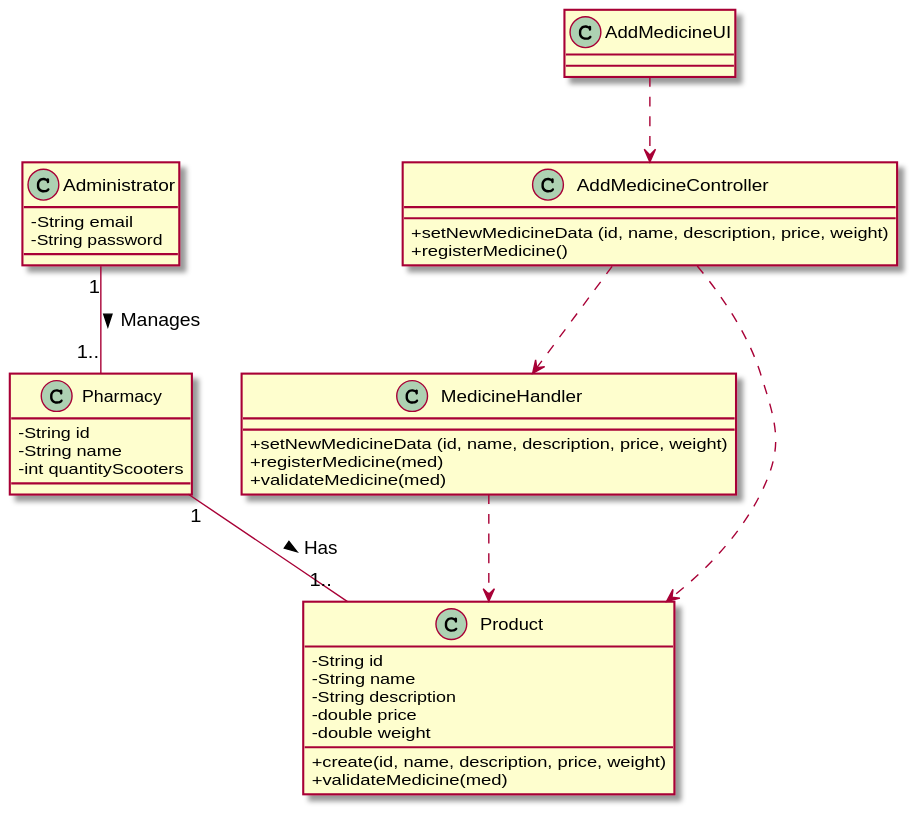
The PlantUML diagram Documents/UC10/UC10_CD.svg in 1190452/LAPR3, before a commit.
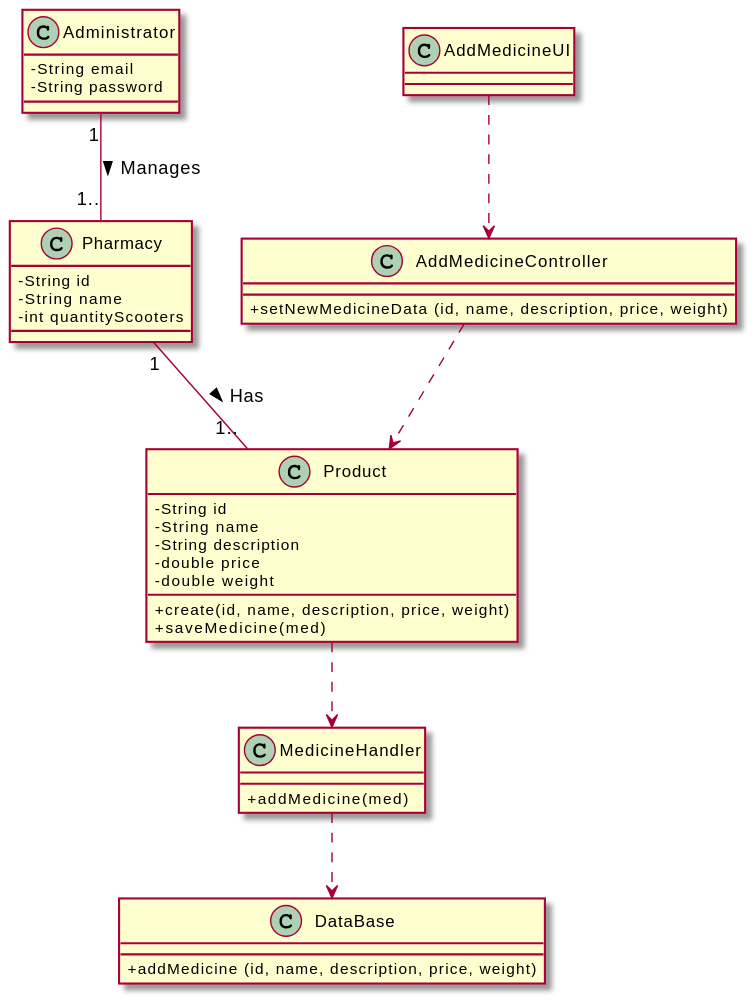
Above is the later version.

Commit message:
AUCMN1-105 #close #comment changes to the CD and SD diagrams

Change to the diagram source:
```diff
@@ -1,21 +1,19 @@
 @startuml
 skinparam classAttributeIconSize 0
 
-
-
-
 class AddMedicineController {
   +setNewMedicineData (id, name, description, price, weight)
-  +registerMedicine()
 }
 
 class AddMedicineUI {
 }
 
 class MedicineHandler{
-    +setNewMedicineData (id, name, description, price, weight)
-    +registerMedicine(med)
-    +validateMedicine(med)
+    +addMedicine(med)
+}
+
+class DataBase{
+   +addMedicine (id, name, description, price, weight)
 }
 
 class Product {
@@ -26,9 +24,8 @@
   -double weight
 
   +create(id, name, description, price, weight)
-  +validateMedicine(med)
+  +saveMedicine(med)
 }
-
 
 class Administrator{
   -String email
@@ -41,11 +38,10 @@
   -int quantityScooters
   }
 
-
 AddMedicineUI ..> AddMedicineController
-AddMedicineController ..> MedicineHandler
 AddMedicineController ..> Product
-MedicineHandler ..> Product
+Product ..> MedicineHandler
+MedicineHandler ..> DataBase
 
 Pharmacy "1" -- "1.." Product: Has >
 Administrator "1" -- "1.." Pharmacy: Manages >
```
